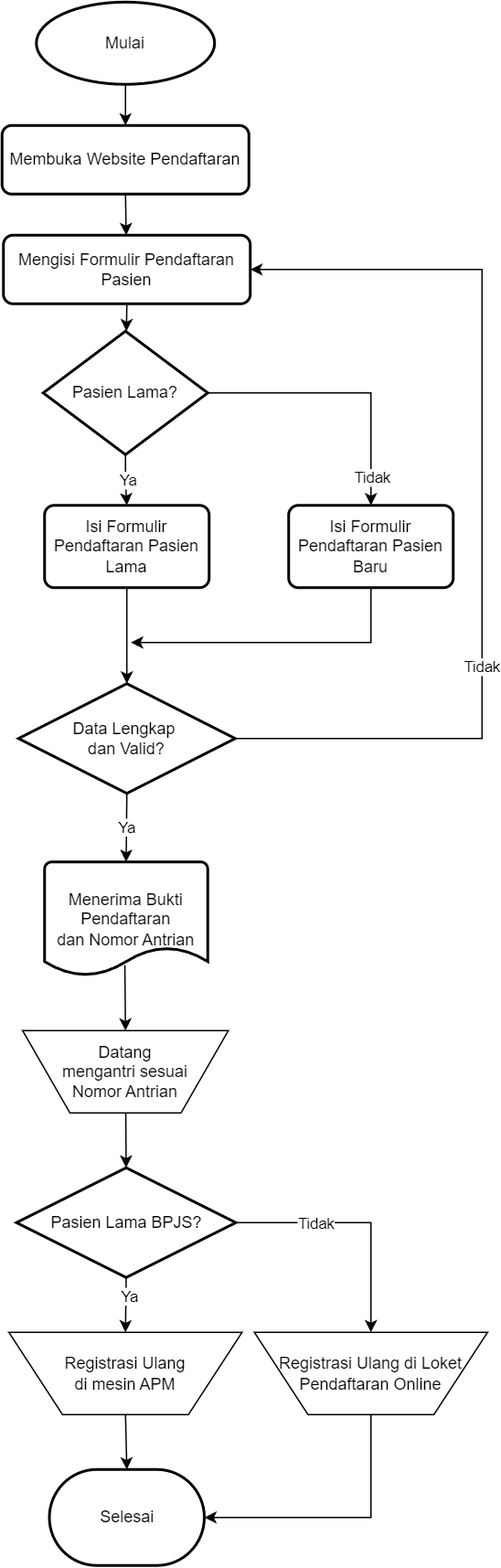
Before: Flowchart KlinikGo-Flowchart.drawio.png, a diagram exported from draw.io (riotryulianto/PBI-system-analyst). Source tidied: cells renumbered, new cells last; positions are measured from the earlier drawing's top-left corner, leaving out a move shared by most shapes. Source of this version:
```xml
<mxGraphModel>
  <root>
    <mxCell id="0" />
    <mxCell id="1" parent="0" />
    <mxCell id="2" value="Mulai" style="strokeWidth=2;html=1;shape=mxgraph.flowchart.start_1;whiteSpace=wrap;" parent="1" vertex="1">
      <mxGeometry x="25" width="130" height="60" as="geometry" />
    </mxCell>
    <mxCell id="3" style="endArrow=classic;html=1;rounded=0;exitX=0.5;exitY=1;exitDx=0;exitDy=0;exitPerimeter=0;" parent="1" edge="1" source="33" target="4">
      <mxGeometry relative="1" as="geometry" />
    </mxCell>
    <mxCell id="4" value="Pasien Lama?" style="whiteSpace=wrap;html=1;strokeWidth=2;shape=mxgraph.flowchart.decision;" parent="1" vertex="1">
      <mxGeometry x="30" y="240" width="120" height="90" as="geometry" />
    </mxCell>
    <mxCell id="5" value="Tidak" style="edgeStyle=orthogonalEdgeStyle;rounded=0;jettySize=auto;html=1;exitX=1;exitY=0.5;exitDx=0;exitDy=0;entryX=1;entryY=0.5;entryDx=0;entryDy=0;exitPerimeter=0;" parent="1" edge="1" source="9" target="33">
      <mxGeometry x="-0.33" relative="1" as="geometry">
        <Array as="points">
          <mxPoint x="350" y="537" />
          <mxPoint x="350" y="195" />
        </Array>
      </mxGeometry>
    </mxCell>
    <mxCell id="6" value="Isi Formulir Pendaftaran Pasien Baru" style="whiteSpace=wrap;html=1;rounded=1;absoluteArcSize=1;arcSize=14;strokeWidth=2;" parent="1" vertex="1">
      <mxGeometry x="209" y="367" width="120" height="60" as="geometry" />
    </mxCell>
    <mxCell id="7" style="edgeStyle=orthogonalEdgeStyle;rounded=0;jettySize=auto;html=1;" parent="1" edge="1" source="8" target="9">
      <mxGeometry relative="1" as="geometry" />
    </mxCell>
    <mxCell id="8" value="Isi Formulir Pendaftaran Pasien Lama" style="whiteSpace=wrap;html=1;rounded=1;absoluteArcSize=1;arcSize=14;strokeWidth=2;" parent="1" vertex="1">
      <mxGeometry x="31" y="367" width="120" height="60" as="geometry" />
    </mxCell>
    <mxCell id="9" value="Data Lengkap&amp;nbsp;&lt;br&gt;dan Valid?" style="whiteSpace=wrap;html=1;strokeWidth=2;shape=mxgraph.flowchart.decision;" parent="1" vertex="1">
      <mxGeometry x="12" y="497" width="158" height="80" as="geometry" />
    </mxCell>
    <mxCell id="10" value="Datang &lt;br&gt;mengantri sesuai &lt;br&gt;Nomor Antrian" style="whiteSpace=wrap;html=1;verticalLabelPosition=middle;shape=trapezoid;size=0.23;arcSize=10;flipV=1;labelPosition=center;perimeter=trapezoidPerimeter;" parent="1" vertex="1">
      <mxGeometry x="15" y="750" width="150" height="60" as="geometry" />
    </mxCell>
    <mxCell id="11" value="Pasien Lama BPJS?" style="whiteSpace=wrap;html=1;strokeWidth=2;shape=mxgraph.flowchart.decision;" parent="1" vertex="1">
      <mxGeometry x="10.5" y="850" width="160" height="80" as="geometry" />
    </mxCell>
    <mxCell id="12" value="Registrasi Ulang &lt;br&gt;di mesin APM" style="rounded=0;whiteSpace=wrap;html=1;verticalLabelPosition=middle;shape=trapezoid;perimeter=trapezoidPerimeter;size=0.23;arcSize=10;flipV=1;labelPosition=center;" parent="1" vertex="1">
      <mxGeometry x="5" y="970" width="170" height="60" as="geometry" />
    </mxCell>
    <mxCell id="13" value="Registrasi Ulang di Loket Pendaftaran Online" style="rounded=0;whiteSpace=wrap;html=1;verticalLabelPosition=middle;shape=trapezoid;perimeter=trapezoidPerimeter;size=0.23;arcSize=10;flipV=1;labelPosition=center;fontSize=12;" parent="1" vertex="1">
      <mxGeometry x="184" y="970" width="170" height="60" as="geometry" />
    </mxCell>
    <mxCell id="14" style="endArrow=classic;html=1;rounded=0;entryX=0.5;entryY=0;entryDx=0;entryDy=0;exitX=1;exitY=0.5;exitDx=0;exitDy=0;" parent="1" edge="1" source="11" target="13">
      <mxGeometry relative="1" as="geometry">
        <Array as="points">
          <mxPoint x="269" y="890" />
          <mxPoint x="269" y="967" />
        </Array>
      </mxGeometry>
    </mxCell>
    <mxCell id="15" value="Tidak" style="edgeLabel;html=1;align=center;verticalAlign=middle;" parent="14" vertex="1">
      <mxGeometry x="-0.36" relative="1" as="geometry">
        <mxPoint x="-1" as="offset" />
      </mxGeometry>
    </mxCell>
    <mxCell id="16" value="Menerima Bukti Pendaftaran&lt;br&gt;dan Nomor Antrian" style="shape=mxgraph.flowchart.document2;whiteSpace=wrap;html=1;boundedLbl=1;strokeWidth=2;size=0.25;" parent="1" vertex="1">
      <mxGeometry x="31" y="627" width="119" height="83" as="geometry" />
    </mxCell>
    <mxCell id="17" style="endArrow=classic;html=1;rounded=0;entryX=0.5;entryY=0;entryDx=0;entryDy=0;exitX=0.492;exitY=0.908;exitDx=0;exitDy=0;exitPerimeter=0;" parent="1" edge="1" source="16" target="10">
      <mxGeometry relative="1" as="geometry" />
    </mxCell>
    <mxCell id="18" value="Ya" style="endArrow=classic;html=1;rounded=0;entryX=0.5;entryY=0;entryDx=0;entryDy=0;exitX=0.5;exitY=1;exitDx=0;exitDy=0;" parent="1" edge="1" source="9" target="16">
      <mxGeometry relative="1" as="geometry" />
    </mxCell>
    <mxCell id="19" style="endArrow=classic;html=1;rounded=0;entryX=0.5;entryY=0;entryDx=0;entryDy=0;exitX=0.5;exitY=1;exitDx=0;exitDy=0;entryPerimeter=0;" parent="1" edge="1" source="12" target="24">
      <mxGeometry relative="1" as="geometry" />
    </mxCell>
    <mxCell id="20" style="endArrow=classic;html=1;rounded=0;exitX=0.5;exitY=1;exitDx=0;exitDy=0;entryX=1;entryY=0.5;entryDx=0;entryDy=0;entryPerimeter=0;" parent="1" edge="1" source="13" target="24">
      <mxGeometry relative="1" as="geometry">
        <Array as="points">
          <mxPoint x="269" y="1105" />
        </Array>
      </mxGeometry>
    </mxCell>
    <mxCell id="21" style="endArrow=classic;html=1;rounded=0;exitX=0.5;exitY=1;exitDx=0;exitDy=0;" parent="1" edge="1" source="6">
      <mxGeometry relative="1" as="geometry">
        <mxPoint x="94" y="467" as="targetPoint" />
        <Array as="points">
          <mxPoint x="269" y="467" />
        </Array>
      </mxGeometry>
    </mxCell>
    <mxCell id="22" style="endArrow=classic;html=1;rounded=0;entryX=0.5;entryY=0;entryDx=0;entryDy=0;exitX=0.5;exitY=1;exitDx=0;exitDy=0;" parent="1" edge="1" source="11" target="12">
      <mxGeometry relative="1" as="geometry" />
    </mxCell>
    <mxCell id="23" value="Ya" style="edgeLabel;html=1;align=center;verticalAlign=middle;" parent="22" vertex="1">
      <mxGeometry x="-0.34" y="2" relative="1" as="geometry" />
    </mxCell>
    <mxCell id="24" value="Selesai" style="strokeWidth=2;html=1;shape=mxgraph.flowchart.terminator;whiteSpace=wrap;" parent="1" vertex="1">
      <mxGeometry x="34.5" y="1070" width="113" height="70" as="geometry" />
    </mxCell>
    <mxCell id="25" style="edgeStyle=orthogonalEdgeStyle;rounded=0;jettySize=auto;html=1;entryX=0.5;entryY=0;entryDx=0;entryDy=0;" parent="1" edge="1" source="4" target="8">
      <mxGeometry relative="1" as="geometry" />
    </mxCell>
    <mxCell id="26" value="Ya" style="edgeLabel;html=1;align=center;verticalAlign=middle;" parent="25" vertex="1">
      <mxGeometry x="0.32" y="-1" relative="1" as="geometry">
        <mxPoint x="1" y="-6" as="offset" />
      </mxGeometry>
    </mxCell>
    <mxCell id="27" style="edgeStyle=orthogonalEdgeStyle;rounded=0;jettySize=auto;html=1;" parent="1" edge="1" source="4" target="6">
      <mxGeometry x="-0.41" relative="1" as="geometry" />
    </mxCell>
    <mxCell id="28" value="Tidak" style="edgeLabel;html=1;align=center;verticalAlign=middle;" parent="27" vertex="1">
      <mxGeometry x="0.78" relative="1" as="geometry">
        <mxPoint y="2" as="offset" />
      </mxGeometry>
    </mxCell>
    <mxCell id="29" style="endArrow=classic;html=1;rounded=0;entryX=0.5;entryY=0;entryDx=0;entryDy=0;entryPerimeter=0;" parent="1" edge="1" source="10" target="11">
      <mxGeometry relative="1" as="geometry" />
    </mxCell>
    <mxCell id="30" style="endArrow=classic;html=1;rounded=0;exitX=0.5;exitY=1;exitDx=0;exitDy=0;exitPerimeter=0;" parent="1" edge="1" source="2" target="31">
      <mxGeometry relative="1" as="geometry" />
    </mxCell>
    <mxCell id="31" value="Membuka Website Pendaftaran" style="rounded=1;whiteSpace=wrap;html=1;absoluteArcSize=1;arcSize=14;strokeWidth=2;" parent="1" vertex="1">
      <mxGeometry y="90" width="180" height="50" as="geometry" />
    </mxCell>
    <mxCell id="32" style="endArrow=classic;html=1;rounded=0;exitX=0.5;exitY=1;exitDx=0;exitDy=0;exitPerimeter=0;" parent="1" edge="1" source="31" target="33">
      <mxGeometry relative="1" as="geometry" />
    </mxCell>
    <mxCell id="33" value="Mengisi Formulir Pendaftaran Pasien" style="rounded=1;whiteSpace=wrap;html=1;absoluteArcSize=1;arcSize=14;strokeWidth=2;" parent="1" vertex="1">
      <mxGeometry x="1" y="170" width="180" height="50" as="geometry" />
    </mxCell>
  </root>
</mxGraphModel>
```
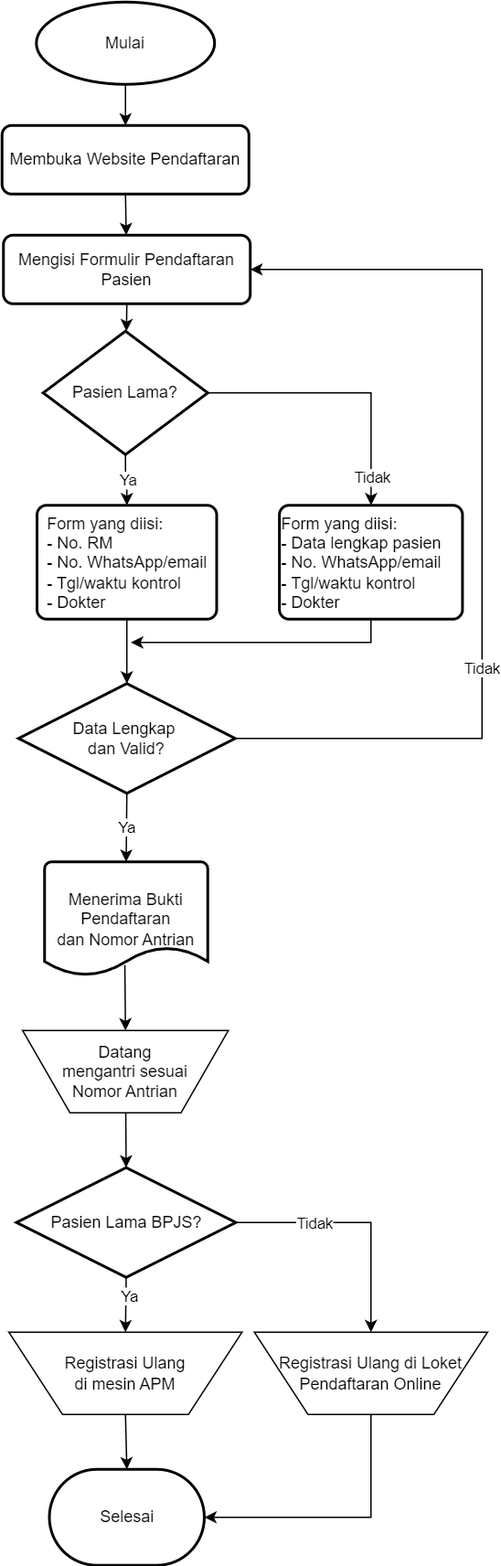
After the commit.

What changed in the source:
```diff
@@ -19,14 +19,14 @@
         </Array>
       </mxGeometry>
     </mxCell>
-    <mxCell id="6" value="Isi Formulir Pendaftaran Pasien Baru" style="whiteSpace=wrap;html=1;rounded=1;absoluteArcSize=1;arcSize=14;strokeWidth=2;" parent="1" vertex="1">
-      <mxGeometry x="209" y="367" width="120" height="60" as="geometry" />
+    <mxCell id="6" value="Form yang diisi:&lt;br style=&quot;border-color: var(--border-color);&quot;&gt;&lt;span style=&quot;&quot;&gt;- Data lengkap pasien&lt;/span&gt;&lt;br style=&quot;border-color: var(--border-color);&quot;&gt;&lt;span style=&quot;&quot;&gt;- No. WhatsApp/email&lt;/span&gt;&lt;br style=&quot;border-color: var(--border-color);&quot;&gt;&lt;span style=&quot;&quot;&gt;- Tgl/waktu kontrol&lt;/span&gt;&lt;br style=&quot;border-color: var(--border-color);&quot;&gt;&lt;span style=&quot;&quot;&gt;- Dokter&lt;/span&gt;" style="whiteSpace=wrap;html=1;rounded=1;absoluteArcSize=1;arcSize=14;strokeWidth=2;align=left;" parent="1" vertex="1">
+      <mxGeometry x="202.2" y="367" width="133.5" height="83" as="geometry" />
     </mxCell>
     <mxCell id="7" style="edgeStyle=orthogonalEdgeStyle;rounded=0;jettySize=auto;html=1;" parent="1" edge="1" source="8" target="9">
       <mxGeometry relative="1" as="geometry" />
     </mxCell>
-    <mxCell id="8" value="Isi Formulir Pendaftaran Pasien Lama" style="whiteSpace=wrap;html=1;rounded=1;absoluteArcSize=1;arcSize=14;strokeWidth=2;" parent="1" vertex="1">
-      <mxGeometry x="31" y="367" width="120" height="60" as="geometry" />
+    <mxCell id="8" value="&lt;div style=&quot;text-align: left;&quot;&gt;&lt;span style=&quot;background-color: initial;&quot;&gt;Form yang diisi:&lt;/span&gt;&lt;/div&gt;&lt;div style=&quot;text-align: left;&quot;&gt;&lt;span style=&quot;background-color: initial;&quot;&gt;- No. RM&lt;/span&gt;&lt;/div&gt;&lt;div style=&quot;border-color: var(--border-color); text-align: left;&quot;&gt;&lt;span style=&quot;border-color: var(--border-color); background-color: initial;&quot;&gt;- No. WhatsApp/email&lt;/span&gt;&lt;/div&gt;&lt;div style=&quot;border-color: var(--border-color); text-align: left;&quot;&gt;&lt;span style=&quot;border-color: var(--border-color); background-color: initial;&quot;&gt;- Tgl/waktu kontrol&lt;/span&gt;&lt;/div&gt;&lt;div style=&quot;border-color: var(--border-color); text-align: left;&quot;&gt;&lt;span style=&quot;border-color: var(--border-color); background-color: initial;&quot;&gt;- Dokter&lt;/span&gt;&lt;/div&gt;" style="whiteSpace=wrap;html=1;rounded=1;absoluteArcSize=1;arcSize=14;strokeWidth=2;" parent="1" vertex="1">
+      <mxGeometry x="25.5" y="367" width="131" height="83" as="geometry" />
     </mxCell>
     <mxCell id="9" value="Data Lengkap&amp;nbsp;&lt;br&gt;dan Valid?" style="whiteSpace=wrap;html=1;strokeWidth=2;shape=mxgraph.flowchart.decision;" parent="1" vertex="1">
       <mxGeometry x="12" y="497" width="158" height="80" as="geometry" />
```
